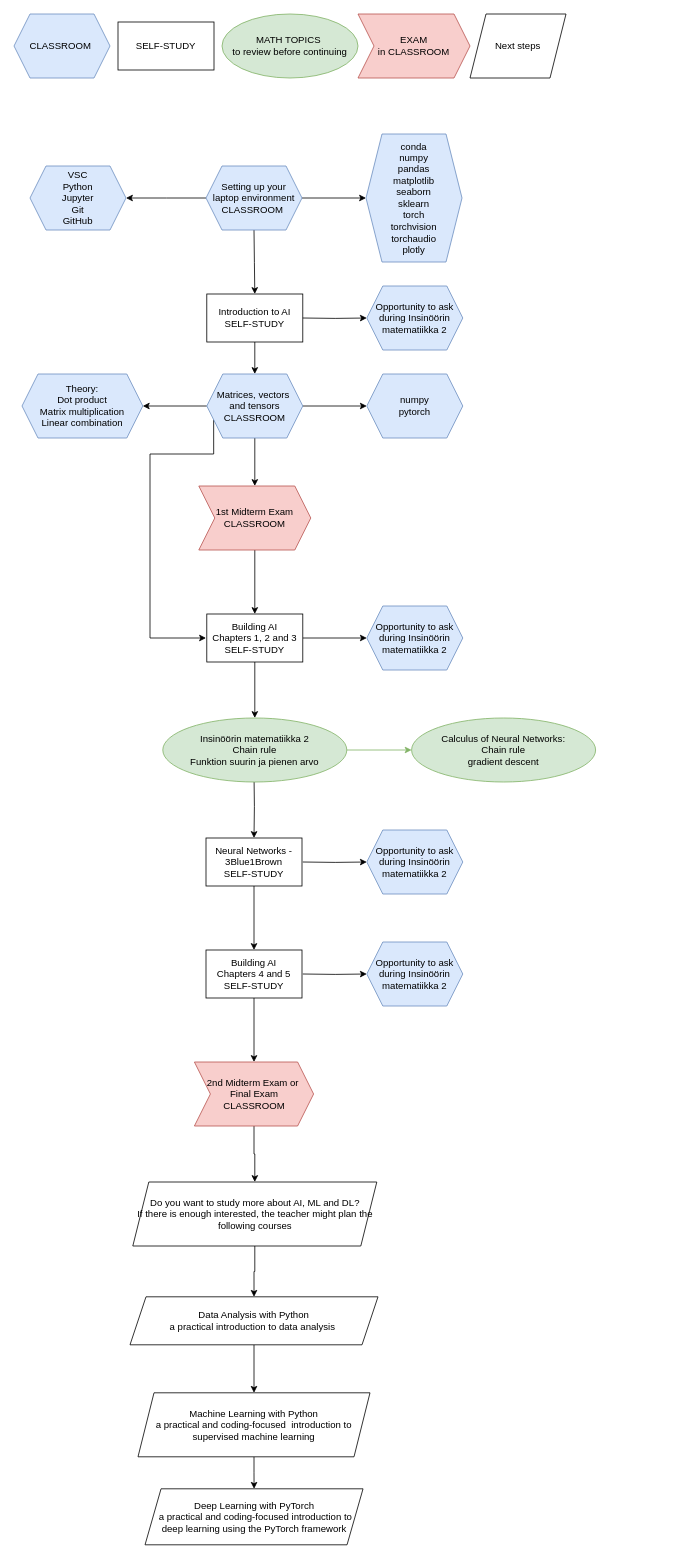
This is Workflow.drawio from henrylahteenmaki/draw.io, a draw.io file, before an edit. Source tidied: cells renumbered, new cells numbered last; positions are measured from the earlier drawing's top-left corner, leaving out a move shared by most shapes. Both pictures are drawn from the tidied source at 80%, with x=0, y=0 at pixel (14, 14).
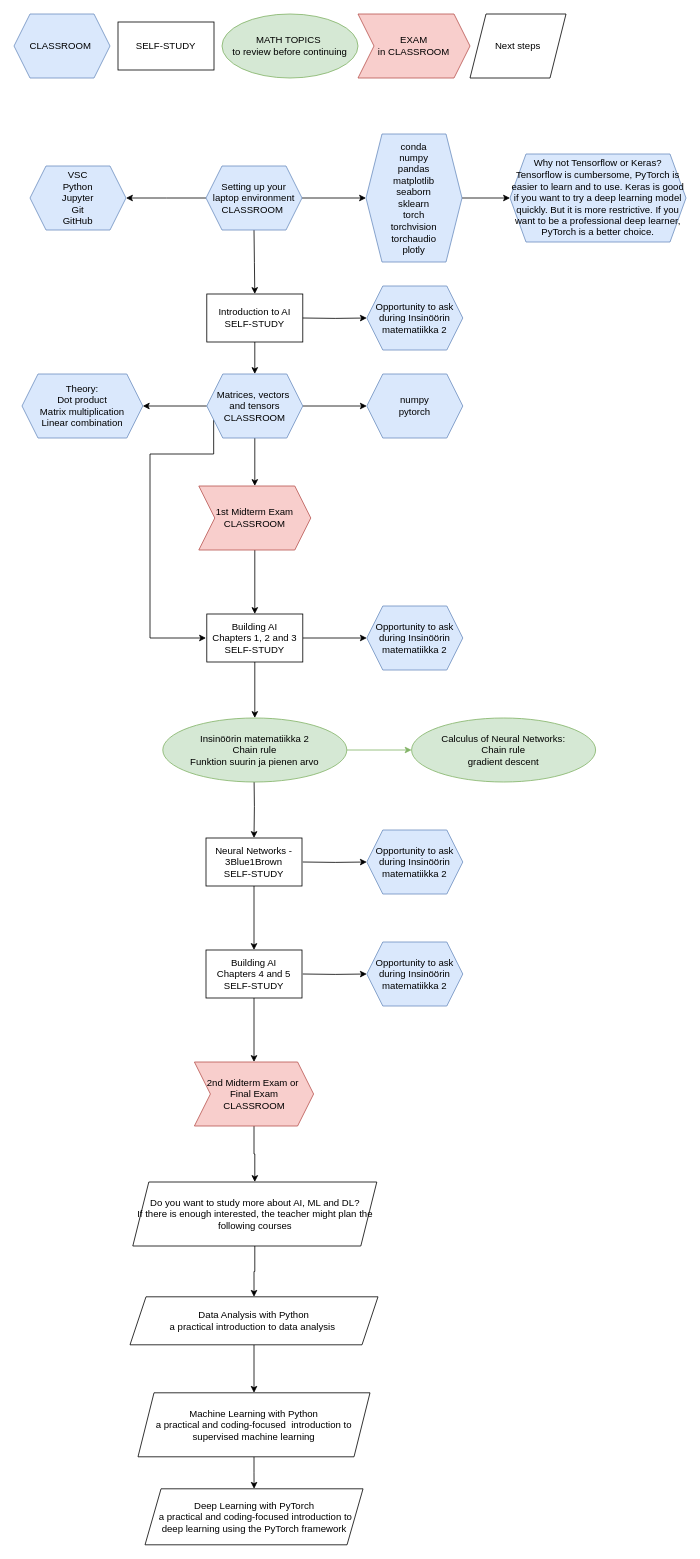
The same diagram, later.

The change refers to these unchanged cells:
```xml
<mxCell id="23" value="&lt;div&gt;conda&lt;/div&gt;numpy&lt;div&gt;pandas&lt;/div&gt;&lt;div&gt;matplotlib&lt;br&gt;&lt;/div&gt;&lt;div&gt;seaborn&lt;/div&gt;&lt;div&gt;sklearn&lt;/div&gt;&lt;div&gt;torch&lt;/div&gt;&lt;div&gt;torchvision&lt;br&gt;&lt;/div&gt;&lt;div&gt;torchaudio&lt;br&gt;&lt;/div&gt;&lt;div&gt;plotly&lt;/div&gt;" style="shape=hexagon;perimeter=hexagonPerimeter2;whiteSpace=wrap;html=1;fixedSize=1;fillColor=#dae8fc;strokeColor=#6c8ebf;" parent="1" vertex="1">
  <mxGeometry x="440" y="150" width="120" height="160" as="geometry" />
</mxCell>
```

Diff of the diagram source:
```diff
@@
+    <mxCell id="51" style="edgeStyle=orthogonalEdgeStyle;rounded=0;jettySize=auto;html=1;" parent="1" edge="1" source="23" target="52">
+      <mxGeometry relative="1" as="geometry" />
+    </mxCell>
@@
+    <mxCell id="52" value="Why not Tensorflow or Keras? Tensorflow is cumbersome, PyTorch is easier to learn and to use. Keras is good if you want to try a deep learning model quickly. But it is more restrictive. If you want to be a professional deep learner, PyTorch is a better choice." style="shape=hexagon;perimeter=hexagonPerimeter2;whiteSpace=wrap;html=1;fixedSize=1;fillColor=#dae8fc;strokeColor=#6c8ebf;" parent="1" vertex="1">
+      <mxGeometry x="620" y="175" width="220" height="110" as="geometry" />
+    </mxCell>
```
